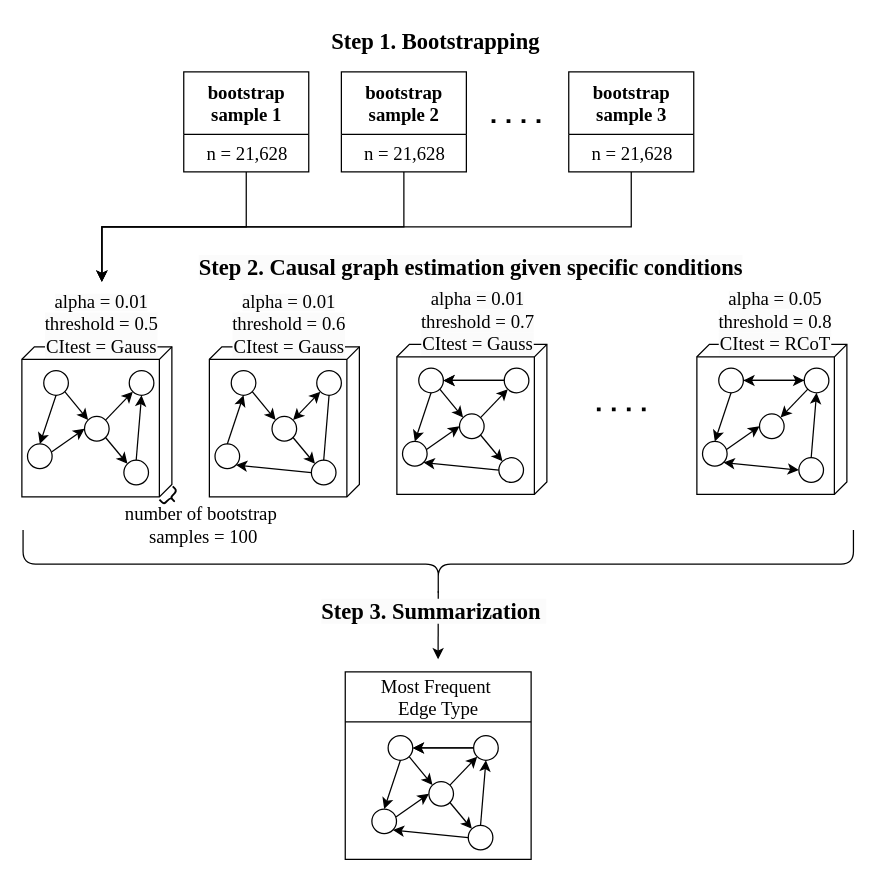
Earlier version of the draw.io diagram draft_v1/img/simsetup.drawio (KyuriP/Precarity_HELIUS). Source tidied: cells renumbered, new cells numbered last; positions are measured from the earlier drawing's top-left corner, leaving out a move shared by most shapes. Both pictures are drawn from the tidied source at 125%, with x=0, y=0 at pixel (21, 21).
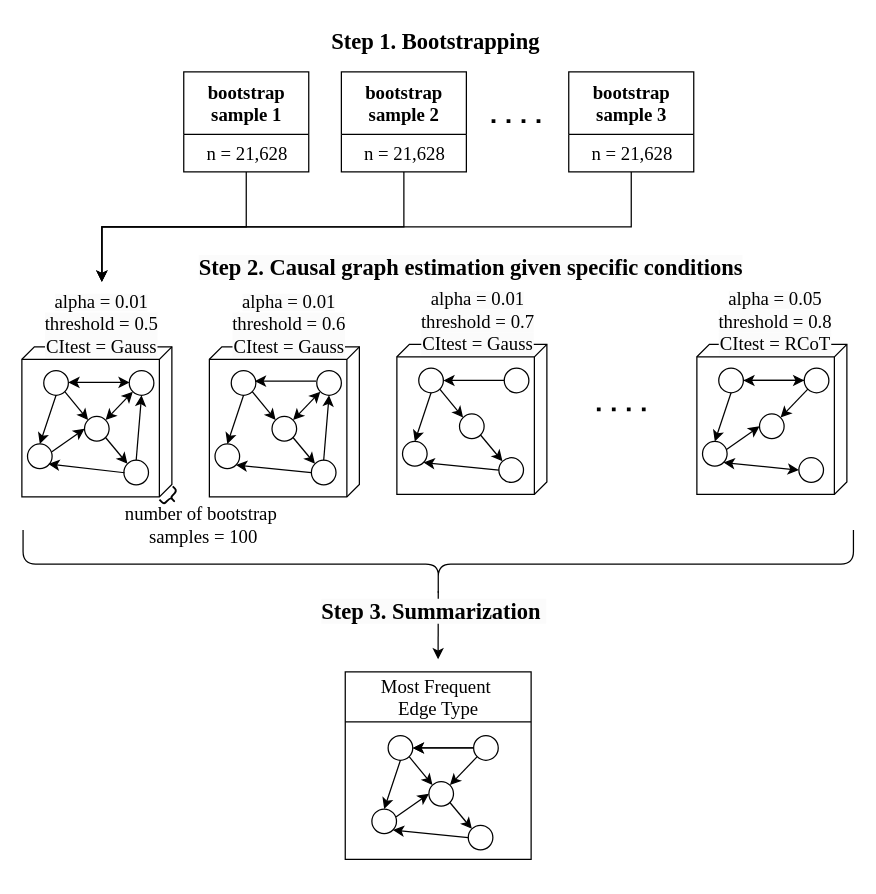
The same page after the edit.

Unchanged cells that the change refers to:
```xml
<mxCell id="4" style="group;" parent="1" vertex="1">
  <mxGeometry x="4.5" y="279" width="107.5" height="110" as="geometry" />
</mxCell>
<mxCell id="6" style="ellipse;whiteSpace=wrap;html=1;" parent="4" vertex="1">
  <mxGeometry x="45.6" y="36.7" width="19.7" height="19.7" as="geometry" />
</mxCell>
<mxCell id="9" style="ellipse;whiteSpace=wrap;html=1;" parent="4" vertex="1">
  <mxGeometry x="81.4" width="19.7" height="19.7" as="geometry" />
</mxCell>
<mxCell id="20" style="ellipse;whiteSpace=wrap;html=1;" parent="1" vertex="1">
  <mxGeometry x="154.5" y="337.7" width="19.7" height="19.7" as="geometry" />
</mxCell>
<mxCell id="22" style="ellipse;whiteSpace=wrap;html=1;" parent="1" vertex="1">
  <mxGeometry x="231.6" y="350.7" width="19.7" height="19.7" as="geometry" />
</mxCell>
<mxCell id="23" style="ellipse;whiteSpace=wrap;html=1;" parent="1" vertex="1">
  <mxGeometry x="167.5" y="279" width="19.7" height="19.7" as="geometry" />
</mxCell>
<mxCell id="24" style="ellipse;whiteSpace=wrap;html=1;" parent="1" vertex="1">
  <mxGeometry x="235.9" y="279" width="19.7" height="19.7" as="geometry" />
</mxCell>
<mxCell id="35" style="ellipse;whiteSpace=wrap;html=1;" parent="1" vertex="1">
  <mxGeometry x="621.6" y="348.7" width="19.7" height="19.7" as="geometry" />
</mxCell>
<mxCell id="38" style="ellipse;whiteSpace=wrap;html=1;" parent="1" vertex="1">
  <mxGeometry x="625.9" y="277" width="19.7" height="19.7" as="geometry" />
</mxCell>
<mxCell id="47" style="ellipse;whiteSpace=wrap;html=1;" parent="1" vertex="1">
  <mxGeometry x="304.5" y="335.7" width="19.7" height="19.7" as="geometry" />
</mxCell>
<mxCell id="48" style="ellipse;whiteSpace=wrap;html=1;" parent="1" vertex="1">
  <mxGeometry x="350.1" y="313.7" width="19.7" height="19.7" as="geometry" />
</mxCell>
<mxCell id="50" style="ellipse;whiteSpace=wrap;html=1;" parent="1" vertex="1">
  <mxGeometry x="317.5" y="277" width="19.7" height="19.7" as="geometry" />
</mxCell>
<mxCell id="52" style="ellipse;whiteSpace=wrap;html=1;" parent="1" vertex="1">
  <mxGeometry x="385.9" y="277" width="19.7" height="19.7" as="geometry" />
</mxCell>
<mxCell id="64" style="group;" parent="63" vertex="1">
  <mxGeometry x="21.3" y="51" width="107.5" height="110" as="geometry" />
</mxCell>
<mxCell id="66" style="ellipse;whiteSpace=wrap;html=1;" parent="64" vertex="1">
  <mxGeometry x="45.6" y="36.7" width="19.7" height="19.7" as="geometry" />
</mxCell>
<mxCell id="67" style="ellipse;whiteSpace=wrap;html=1;" parent="64" vertex="1">
  <mxGeometry x="77.1" y="71.7" width="19.7" height="19.7" as="geometry" />
</mxCell>
<mxCell id="70" style="ellipse;whiteSpace=wrap;html=1;" parent="64" vertex="1">
  <mxGeometry x="81.4" width="19.7" height="19.7" as="geometry" />
</mxCell>
```

The edit, as a diff of the source:
```diff
@@
-    <mxCell id="10" style="endArrow=classic;html=1;rounded=0;exitX=1;exitY=0;exitDx=0;exitDy=0;entryX=0;entryY=1;entryDx=0;entryDy=0;" parent="4" edge="1" source="6" target="9">
+    <mxCell id="10" style="endArrow=classic;html=1;rounded=0;exitX=1;exitY=0;exitDx=0;exitDy=0;entryX=0;entryY=1;entryDx=0;entryDy=0;startArrow=classic;startFill=1;" parent="4" edge="1" source="6" target="9">
       <mxGeometry relative="1" as="geometry" />
     </mxCell>
@@
+    <mxCell id="92" style="endArrow=classic;html=1;rounded=0;entryX=1;entryY=0.5;entryDx=0;entryDy=0;exitX=0;exitY=0.5;exitDx=0;exitDy=0;startArrow=classic;startFill=1;" parent="4" edge="1">
+      <mxGeometry relative="1" as="geometry">
+        <mxPoint x="81.7" y="9.4" as="sourcePoint" />
+        <mxPoint x="32.7" y="9.4" as="targetPoint" />
+      </mxGeometry>
+    </mxCell>
+    <mxCell id="93" style="endArrow=classic;html=1;rounded=0;entryX=1;entryY=1;entryDx=0;entryDy=0;exitX=0;exitY=0.5;exitDx=0;exitDy=0;" parent="4" edge="1">
+      <mxGeometry relative="1" as="geometry">
+        <mxPoint x="77.7" y="81.7" as="sourcePoint" />
+        <mxPoint x="16.7" y="74.7" as="targetPoint" />
+      </mxGeometry>
+    </mxCell>
@@
-    <mxCell id="26" style="endArrow=none;html=1;rounded=0;exitX=0.5;exitY=0;exitDx=0;exitDy=0;entryX=0.5;entryY=1;entryDx=0;entryDy=0;endFill=0;" parent="1" edge="1" source="22" target="24">
+    <mxCell id="26" style="endArrow=classic;html=1;rounded=0;exitX=0.5;exitY=0;exitDx=0;exitDy=0;entryX=0.5;entryY=1;entryDx=0;entryDy=0;endFill=1;startArrow=none;startFill=0;" parent="1" edge="1" source="22" target="24">
       <mxGeometry relative="1" as="geometry" />
     </mxCell>
@@
-    <mxCell id="28" style="endArrow=none;html=1;rounded=0;exitX=0.5;exitY=1;exitDx=0;exitDy=0;entryX=0.5;entryY=0;entryDx=0;entryDy=0;endFill=0;startArrow=classic;startFill=1;" parent="1" edge="1" source="23" target="20">
+    <mxCell id="28" style="endArrow=classic;html=1;rounded=0;exitX=0.5;exitY=1;exitDx=0;exitDy=0;entryX=0.5;entryY=0;entryDx=0;entryDy=0;endFill=1;startArrow=none;startFill=0;" parent="1" edge="1" source="23" target="20">
       <mxGeometry relative="1" as="geometry" />
     </mxCell>
@@
-    <mxCell id="40" style="endArrow=classic;html=1;rounded=0;exitX=0.5;exitY=0;exitDx=0;exitDy=0;entryX=0.5;entryY=1;entryDx=0;entryDy=0;" parent="1" edge="1" source="35" target="38">
-      <mxGeometry relative="1" as="geometry" />
-    </mxCell>
@@
-    <mxCell id="53" style="endArrow=classic;html=1;rounded=0;exitX=1;exitY=0;exitDx=0;exitDy=0;entryX=0;entryY=1;entryDx=0;entryDy=0;" parent="1" edge="1" source="48" target="52">
-      <mxGeometry relative="1" as="geometry" />
-    </mxCell>
@@
-    <mxCell id="55" style="endArrow=classic;html=1;rounded=0;exitX=0.975;exitY=0.325;exitDx=0;exitDy=0;entryX=0;entryY=0.5;entryDx=0;entryDy=0;exitPerimeter=0;" parent="1" edge="1" source="47" target="48">
-      <mxGeometry relative="1" as="geometry" />
-    </mxCell>
-    <mxCell id="56" style="endArrow=classic;html=1;rounded=0;entryX=1;entryY=0.5;entryDx=0;entryDy=0;exitX=0;exitY=0.5;exitDx=0;exitDy=0;" parent="1" edge="1" source="52" target="50">
-      <mxGeometry relative="1" as="geometry" />
-    </mxCell>
@@
-    <mxCell id="71" style="endArrow=classic;html=1;rounded=0;exitX=1;exitY=0;exitDx=0;exitDy=0;entryX=0;entryY=1;entryDx=0;entryDy=0;" parent="64" edge="1" source="66" target="70">
+    <mxCell id="71" style="endArrow=none;html=1;rounded=0;exitX=1;exitY=0;exitDx=0;exitDy=0;entryX=0;entryY=1;entryDx=0;entryDy=0;startArrow=classic;startFill=1;endFill=0;" parent="64" edge="1" source="66" target="70">
       <mxGeometry relative="1" as="geometry" />
     </mxCell>
-    <mxCell id="72" style="endArrow=classic;html=1;rounded=0;exitX=0.5;exitY=0;exitDx=0;exitDy=0;entryX=0.5;entryY=1;entryDx=0;entryDy=0;" parent="64" edge="1" source="67" target="70">
-      <mxGeometry relative="1" as="geometry" />
-    </mxCell>
@@
+    <mxCell id="94" style="endArrow=classic;html=1;rounded=0;entryX=1;entryY=0.5;entryDx=0;entryDy=0;exitX=0;exitY=0.5;exitDx=0;exitDy=0;" parent="1" edge="1">
+      <mxGeometry relative="1" as="geometry">
+        <mxPoint x="235.4" y="287.4" as="sourcePoint" />
+        <mxPoint x="186.4" y="287.4" as="targetPoint" />
+      </mxGeometry>
+    </mxCell>
```
